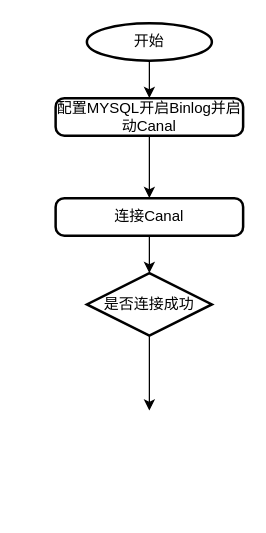
Before: 专利流程图.drawio in HousionQ/draw, a draw.io diagram. Source tidied: cells renumbered, new cells numbered last; positions are measured from the earlier drawing's top-left corner, leaving out a move shared by most shapes. Both pictures are drawn from the tidied source at 125%, with x=0, y=0 at pixel (55, 22).
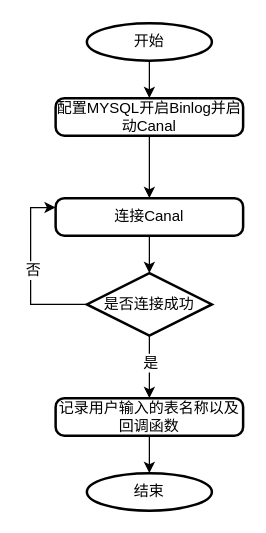
The same page after the edit.

Commit message (it also covers changes not shown here):
更新专利流程图.drawio

Change to the diagram source:
```diff
@@
 <mxGraphModel>
   <root>
     <mxCell id="0" />
     <mxCell id="1" parent="0" />
     <mxCell id="2" style="edgeStyle=orthogonalEdgeStyle;rounded=0;jettySize=auto;html=1;exitX=0.5;exitY=1;exitDx=0;exitDy=0;exitPerimeter=0;" parent="1" edge="1" source="3" target="5">
       <mxGeometry relative="1" as="geometry" />
     </mxCell>
     <mxCell id="3" value="开始" style="strokeWidth=2;html=1;shape=mxgraph.flowchart.start_1;whiteSpace=wrap;" parent="1" vertex="1">
       <mxGeometry x="25" width="100" height="30" as="geometry" />
     </mxCell>
     <mxCell id="4" style="edgeStyle=orthogonalEdgeStyle;rounded=0;jettySize=auto;html=1;exitX=0.5;exitY=1;exitDx=0;exitDy=0;" parent="1" edge="1" source="5" target="7">
       <mxGeometry relative="1" as="geometry" />
     </mxCell>
     <mxCell id="5" value="配置MYSQL开启Binlog并启动Canal" style="rounded=1;whiteSpace=wrap;html=1;absoluteArcSize=1;arcSize=14;strokeWidth=2;" parent="1" vertex="1">
       <mxGeometry y="60" width="150" height="30" as="geometry" />
     </mxCell>
     <mxCell id="6" style="edgeStyle=orthogonalEdgeStyle;rounded=0;jettySize=auto;html=1;exitX=0.5;exitY=1;exitDx=0;exitDy=0;" parent="1" edge="1" source="7" target="9">
       <mxGeometry relative="1" as="geometry" />
     </mxCell>
     <mxCell id="7" value="连接Canal" style="rounded=1;whiteSpace=wrap;html=1;absoluteArcSize=1;arcSize=14;strokeWidth=2;" parent="1" vertex="1">
       <mxGeometry y="140" width="150" height="30" as="geometry" />
     </mxCell>
-    <mxCell id="8" style="edgeStyle=orthogonalEdgeStyle;rounded=0;jettySize=auto;html=1;exitX=0.5;exitY=1;exitDx=0;exitDy=0;exitPerimeter=0;" parent="1" edge="1" source="9">
-      <mxGeometry relative="1" as="geometry">
-        <mxPoint x="75" y="310" as="targetPoint" />
-      </mxGeometry>
-    </mxCell>
+    <mxCell id="10" style="edgeStyle=orthogonalEdgeStyle;rounded=0;jettySize=auto;html=1;entryX=0.5;entryY=0;entryDx=0;entryDy=0;" parent="1" edge="1" source="9" target="15">
+      <mxGeometry relative="1" as="geometry" />
+    </mxCell>
+    <mxCell id="11" value="是" style="text;html=1;align=center;verticalAlign=middle;labelBackgroundColor=#ffffff;" parent="10" vertex="1">
+      <mxGeometry x="-0.22" y="3" relative="1" as="geometry">
+        <mxPoint x="-3" y="1" as="offset" />
+      </mxGeometry>
+    </mxCell>
+    <mxCell id="12" style="edgeStyle=orthogonalEdgeStyle;rounded=0;jettySize=auto;html=1;exitX=0;exitY=0.5;exitDx=0;exitDy=0;exitPerimeter=0;entryX=0;entryY=0.25;entryDx=0;entryDy=0;" parent="1" edge="1" source="9" target="7">
+      <mxGeometry relative="1" as="geometry" />
+    </mxCell>
+    <mxCell id="13" value="否" style="text;html=1;align=center;verticalAlign=middle;labelBackgroundColor=#ffffff;" parent="12" vertex="1">
+      <mxGeometry x="0.03" y="-1" relative="1" as="geometry" />
+    </mxCell>
     <mxCell id="9" value="是否连接成功" style="strokeWidth=2;html=1;shape=mxgraph.flowchart.decision;whiteSpace=wrap;" parent="1" vertex="1">
       <mxGeometry x="25" y="200" width="100" height="50" as="geometry" />
     </mxCell>
+    <mxCell id="14" style="edgeStyle=orthogonalEdgeStyle;rounded=0;jettySize=auto;html=1;exitX=0.5;exitY=1;exitDx=0;exitDy=0;entryX=0.5;entryY=0;entryDx=0;entryDy=0;entryPerimeter=0;" parent="1" edge="1" source="15" target="16">
+      <mxGeometry relative="1" as="geometry" />
+    </mxCell>
+    <mxCell id="15" value="记录用户输入的表名称以及回调函数" style="rounded=1;whiteSpace=wrap;html=1;absoluteArcSize=1;arcSize=14;strokeWidth=2;" parent="1" vertex="1">
+      <mxGeometry y="300" width="150" height="30" as="geometry" />
+    </mxCell>
+    <mxCell id="16" value="结束" style="strokeWidth=2;html=1;shape=mxgraph.flowchart.start_1;whiteSpace=wrap;" parent="1" vertex="1">
+      <mxGeometry x="25" y="360" width="100" height="30" as="geometry" />
+    </mxCell>
   </root>
 </mxGraphModel>
```
